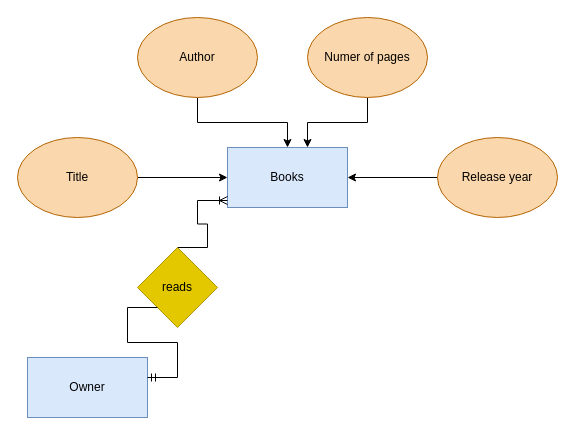
RdkSki/FE21-MySQL1-Radek-Peter-Alexandar keeps this draw.io diagram as Exercise1/Exercise1-ER.drawio. Above is the earlier version. Source tidied: cells renumbered, new cells numbered last; positions are measured from the earlier drawing's top-left corner, leaving out a move shared by most shapes. Both pictures are drawn from the tidied source at 100%, with x=0, y=0 at pixel (17, 17).
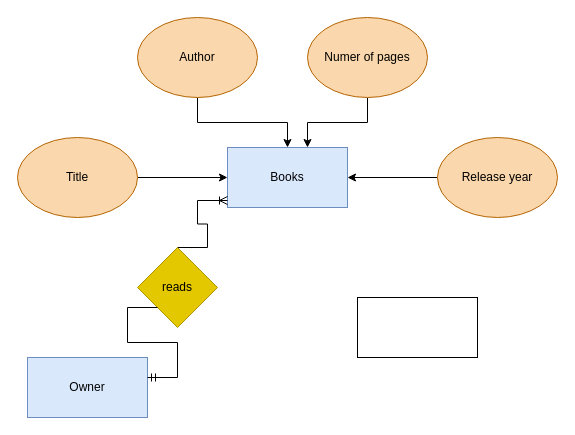
The same page after the edit.

What changed in the source:
```diff
@@
 <mxGraphModel>
   <root>
     <mxCell id="0" />
     <mxCell id="1" parent="0" />
     <mxCell id="2" value="Books" style="rounded=0;whiteSpace=wrap;html=1;fillColor=#dae8fc;strokeColor=#6c8ebf;fontColor=default;" parent="1" vertex="1">
       <mxGeometry x="210" y="130" width="120" height="60" as="geometry" />
     </mxCell>
     <mxCell id="3" style="edgeStyle=orthogonalEdgeStyle;rounded=0;jettySize=auto;html=1;labelBackgroundColor=default;fontColor=default;strokeColor=default;" parent="1" edge="1" source="4" target="2">
       <mxGeometry relative="1" as="geometry" />
     </mxCell>
     <mxCell id="4" value="Title" style="ellipse;whiteSpace=wrap;html=1;fillColor=#fad7ac;strokeColor=#b46504;fontColor=default;" parent="1" vertex="1">
       <mxGeometry y="120" width="120" height="80" as="geometry" />
     </mxCell>
     <mxCell id="5" style="edgeStyle=orthogonalEdgeStyle;rounded=0;jettySize=auto;html=1;fontColor=default;" parent="1" edge="1" source="6" target="2">
       <mxGeometry relative="1" as="geometry" />
     </mxCell>
     <mxCell id="6" value="Author" style="ellipse;whiteSpace=wrap;html=1;fillColor=#fad7ac;strokeColor=#b46504;fontColor=default;" parent="1" vertex="1">
       <mxGeometry x="120" width="120" height="80" as="geometry" />
     </mxCell>
     <mxCell id="7" style="edgeStyle=orthogonalEdgeStyle;rounded=0;jettySize=auto;html=1;fontColor=default;strokeColor=default;labelBackgroundColor=default;" parent="1" edge="1" source="8" target="2">
       <mxGeometry relative="1" as="geometry">
         <Array as="points">
           <mxPoint x="350" y="105" />
           <mxPoint x="290" y="105" />
         </Array>
       </mxGeometry>
     </mxCell>
     <mxCell id="8" value="Numer of pages" style="ellipse;whiteSpace=wrap;html=1;fillColor=#fad7ac;strokeColor=#b46504;fontColor=default;" parent="1" vertex="1">
       <mxGeometry x="290" width="120" height="80" as="geometry" />
     </mxCell>
     <mxCell id="9" style="edgeStyle=orthogonalEdgeStyle;rounded=0;jettySize=auto;html=1;labelBackgroundColor=default;fontColor=default;strokeColor=default;" parent="1" edge="1" source="10" target="2">
       <mxGeometry relative="1" as="geometry" />
     </mxCell>
     <mxCell id="10" value="Release year" style="ellipse;whiteSpace=wrap;html=1;fillColor=#fad7ac;strokeColor=#b46504;fontColor=default;" parent="1" vertex="1">
       <mxGeometry x="420" y="120" width="120" height="80" as="geometry" />
     </mxCell>
     <mxCell id="11" value="Owner" style="rounded=0;whiteSpace=wrap;html=1;strokeColor=#6c8ebf;fillColor=#dae8fc;fontColor=default;" parent="1" vertex="1">
       <mxGeometry x="10" y="340" width="120" height="60" as="geometry" />
     </mxCell>
     <mxCell id="12" style="edgeStyle=entityRelationEdgeStyle;fontSize=12;html=1;endArrow=ERoneToMany;startArrow=none;rounded=0;labelBackgroundColor=default;fontColor=default;strokeColor=default;exitX=0.5;exitY=0;exitDx=0;exitDy=0;" parent="1" edge="1" source="13">
       <mxGeometry relative="1" as="geometry">
         <mxPoint x="210" y="183" as="targetPoint" />
       </mxGeometry>
     </mxCell>
     <mxCell id="13" value="reads" style="rhombus;whiteSpace=wrap;html=1;fontColor=#000000;strokeColor=#B09500;fillColor=#e3c800;" parent="1" vertex="1">
       <mxGeometry x="120" y="230" width="80" height="80" as="geometry" />
     </mxCell>
     <mxCell id="14" style="edgeStyle=entityRelationEdgeStyle;fontSize=12;html=1;endArrow=none;startArrow=ERmandOne;rounded=0;labelBackgroundColor=default;fontColor=default;strokeColor=default;entryX=0;entryY=1;entryDx=0;entryDy=0;" parent="1" edge="1" target="13">
       <mxGeometry relative="1" as="geometry">
         <mxPoint x="130" y="360" as="sourcePoint" />
       </mxGeometry>
     </mxCell>
+    <mxCell id="15" style="rounded=0;whiteSpace=wrap;html=1;fontColor=default;strokeColor=default;fillColor=default;" parent="1" vertex="1">
+      <mxGeometry x="340" y="280" width="120" height="60" as="geometry" />
+    </mxCell>
   </root>
 </mxGraphModel>
```
